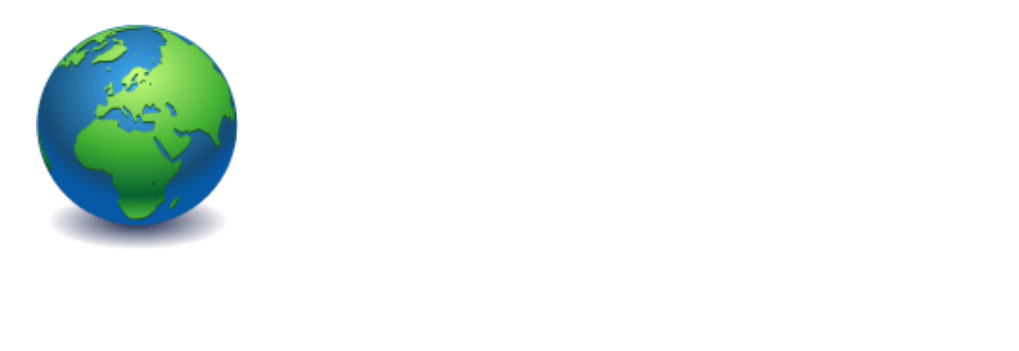
MAGE-IT/Secure-Perimeter-Network-Design-Diagram keeps this draw.io diagram as High-Level-Network-Design-Diagram.drawio. Above is the earlier version. Source tidied: cells renumbered, new cells numbered last; positions are measured from the earlier drawing's top-left corner, leaving out a move shared by most shapes. Both pictures are drawn from the tidied source at 150%, with x=0, y=0 at pixel (24, 24).
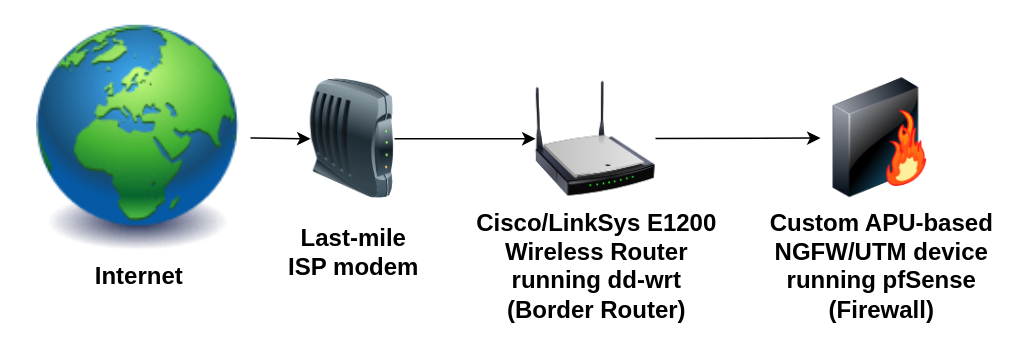
The same diagram, later.

The edit, as a diff of the source:
```diff
@@
 <mxGraphModel>
   <root>
     <mxCell id="0" />
     <mxCell id="1" parent="0" />
+    <mxCell id="3" style="edgeStyle=none;rounded=0;jettySize=auto;html=1;exitX=1;exitY=0.5;exitDx=0;exitDy=0;entryX=0;entryY=0.5;entryDx=0;entryDy=0;fontSize=16;" parent="1" edge="1" source="2" target="5">
+      <mxGeometry relative="1" as="geometry" />
+    </mxCell>
-    <mxCell id="2" style="image;html=1;labelBackgroundColor=#ffffff;image=img/lib/clip_art/general/Earth_globe_128x128.png;" parent="1" vertex="1">
+    <mxCell id="2" value="Internet" style="image;html=1;labelBackgroundColor=none;image=img/lib/clip_art/general/Earth_globe_128x128.png;fontStyle=1;fontSize=16;" parent="1" vertex="1">
       <mxGeometry x="0.5" y="0.5" width="150" height="150" as="geometry" />
     </mxCell>
+    <mxCell id="4" style="edgeStyle=none;rounded=0;jettySize=auto;html=1;exitX=1;exitY=0.5;exitDx=0;exitDy=0;entryX=0;entryY=0.5;entryDx=0;entryDy=0;fontSize=16;" parent="1" edge="1" source="5" target="7">
+      <mxGeometry relative="1" as="geometry" />
+    </mxCell>
+    <mxCell id="5" value="Last-mile&lt;br&gt;ISP modem" style="image;html=1;labelBackgroundColor=none;image=img/lib/clip_art/networking/Modem_128x128.png;fontSize=16;fontStyle=1;" parent="1" vertex="1">
+      <mxGeometry x="190.5" y="26" width="56" height="100" as="geometry" />
+    </mxCell>
+    <mxCell id="6" style="edgeStyle=none;rounded=0;jettySize=auto;html=1;entryX=0;entryY=0.5;entryDx=0;entryDy=0;fontSize=16;" parent="1" edge="1" source="7" target="8">
+      <mxGeometry relative="1" as="geometry" />
+    </mxCell>
+    <mxCell id="7" value="Cisco/LinkSys&amp;nbsp;E1200&lt;br&gt;Wireless&amp;nbsp;Router &lt;br&gt;running dd-wrt&lt;br&gt;(Border Router)" style="image;html=1;labelBackgroundColor=none;image=img/lib/clip_art/networking/Wireless_Router_N_128x128.png;fontSize=16;fontStyle=1;" parent="1" vertex="1">
+      <mxGeometry x="340.5" y="36" width="80" height="80" as="geometry" />
+    </mxCell>
+    <mxCell id="8" value="Custom APU-based&lt;br&gt;NGFW/UTM device&lt;br&gt;running pfSense&lt;br&gt;(Firewall)" style="image;html=1;labelBackgroundColor=#ffffff;image=img/lib/clip_art/networking/Firewall-page1_128x128.png;fontSize=16;fontStyle=1;" parent="1" vertex="1">
+      <mxGeometry x="530.5" y="35.5" width="80" height="80" as="geometry" />
+    </mxCell>
   </root>
 </mxGraphModel>
```
